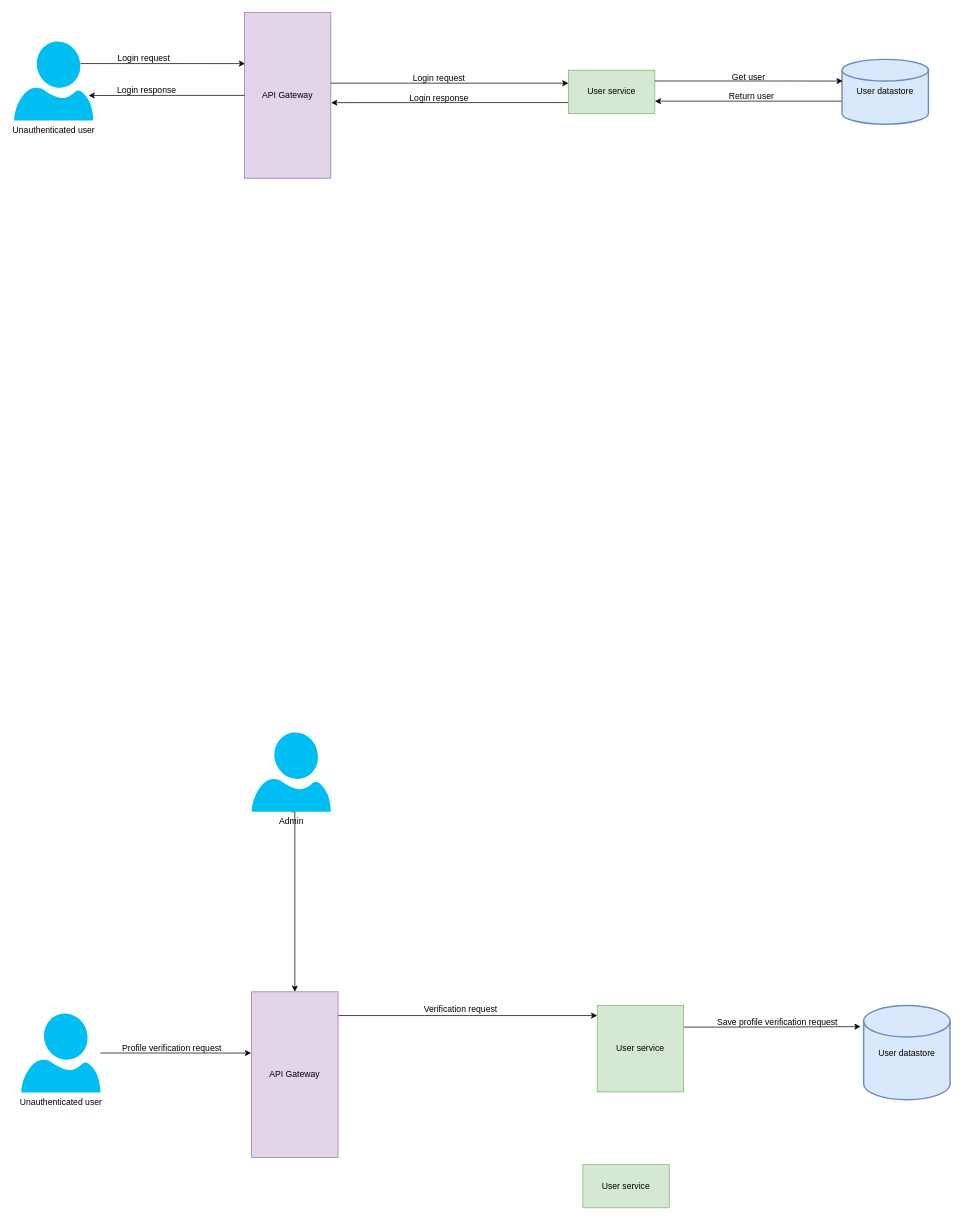
Before: CommunicationDiagrams/Registered user.drawio in XML-BSEP/Nishtagram, a draw.io diagram. Source tidied: cells renumbered, new cells numbered last; positions are measured from the earlier drawing's top-left corner, leaving out a move shared by most shapes. Both pictures are drawn from the tidied source at 72%, with x=0, y=0 at pixel (14, 12).
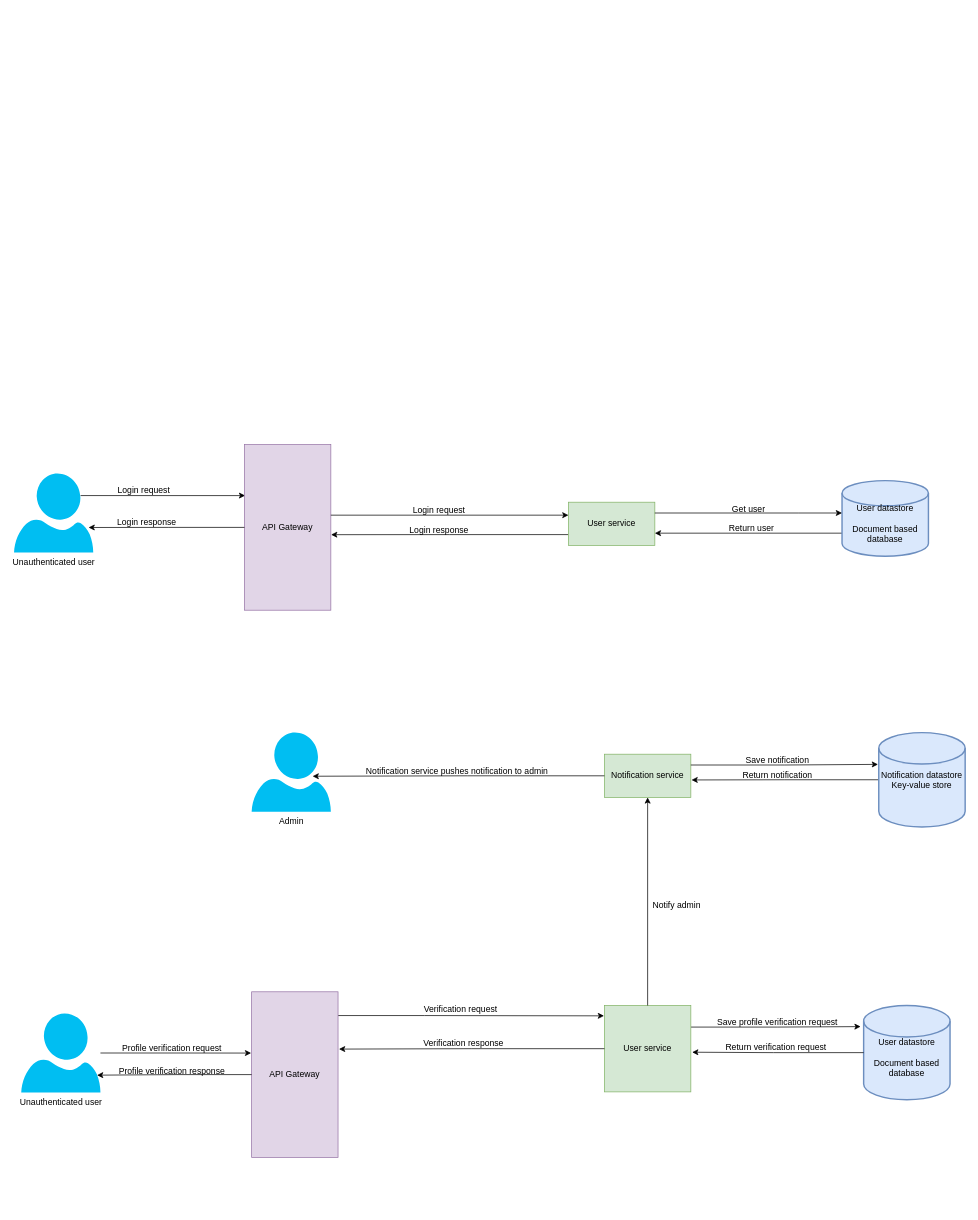
After the change.

Commit message:
:construction: Communication diagram for profile verification request use case

Unchanged cells that the change refers to:
```xml
<mxCell id="31" value="Admin" style="verticalLabelPosition=bottom;html=1;verticalAlign=top;align=center;strokeColor=none;fillColor=#00BEF2;shape=mxgraph.azure.user;" parent="1" vertex="1">
  <mxGeometry x="330" y="1000" width="110" height="110" as="geometry" />
</mxCell>
```

The edit, as a diff of the source:
```diff
@@
-    <mxCell id="2" style="edgeStyle=orthogonalEdgeStyle;rounded=0;jettySize=auto;html=1;exitX=0.84;exitY=0.28;exitDx=0;exitDy=0;exitPerimeter=0;entryX=0.008;entryY=0.308;entryDx=0;entryDy=0;entryPerimeter=0;" parent="1" edge="1" source="3" target="4">
-      <mxGeometry relative="1" as="geometry" />
-    </mxCell>
-    <mxCell id="3" value="Unauthenticated user" style="verticalLabelPosition=bottom;html=1;verticalAlign=top;align=center;strokeColor=none;fillColor=#00BEF2;shape=mxgraph.azure.user;" parent="1" vertex="1">
-      <mxGeometry y="40" width="110" height="110" as="geometry" />
-    </mxCell>
-    <mxCell id="4" value="API Gateway" style="rounded=0;whiteSpace=wrap;html=1;rotation=0;fillColor=#e1d5e7;strokeColor=#9673a6;" parent="1" vertex="1">
-      <mxGeometry x="320" width="120" height="230" as="geometry" />
-    </mxCell>
-    <mxCell id="5" style="edgeStyle=orthogonalEdgeStyle;rounded=0;jettySize=auto;html=1;exitX=0;exitY=0.75;exitDx=0;exitDy=0;entryX=1.003;entryY=0.544;entryDx=0;entryDy=0;entryPerimeter=0;" parent="1" edge="1" source="6" target="4">
-      <mxGeometry relative="1" as="geometry" />
-    </mxCell>
-    <mxCell id="6" value="User service" style="rounded=0;whiteSpace=wrap;html=1;fillColor=#d5e8d4;strokeColor=#82b366;" parent="1" vertex="1">
-      <mxGeometry x="770" y="80" width="120" height="60" as="geometry" />
-    </mxCell>
-    <mxCell id="7" style="edgeStyle=orthogonalEdgeStyle;rounded=0;orthogonalLoop=1;jettySize=auto;html=1;entryX=1;entryY=0.5;entryDx=0;entryDy=0;" parent="1" edge="1">
-      <mxGeometry relative="1" as="geometry">
-        <mxPoint x="1150" y="123" as="sourcePoint" />
-        <mxPoint x="890" y="123" as="targetPoint" />
-      </mxGeometry>
-    </mxCell>
-    <mxCell id="8" value="User datastore" style="strokeWidth=2;html=1;shape=mxgraph.flowchart.database;whiteSpace=wrap;fillColor=#dae8fc;strokeColor=#6c8ebf;" parent="1" vertex="1">
-      <mxGeometry x="1150" y="65" width="120" height="90" as="geometry" />
-    </mxCell>
+    <mxCell id="34" style="edgeStyle=orthogonalEdgeStyle;rounded=0;jettySize=auto;html=1;exitX=0.84;exitY=0.28;exitDx=0;exitDy=0;exitPerimeter=0;entryX=0.008;entryY=0.308;entryDx=0;entryDy=0;entryPerimeter=0;" parent="1" edge="1" source="35" target="36">
+      <mxGeometry relative="1" as="geometry" />
+    </mxCell>
+    <mxCell id="35" value="Unauthenticated user" style="verticalLabelPosition=bottom;html=1;verticalAlign=top;align=center;strokeColor=none;fillColor=#00BEF2;shape=mxgraph.azure.user;" parent="1" vertex="1">
+      <mxGeometry y="640" width="110" height="110" as="geometry" />
+    </mxCell>
+    <mxCell id="36" value="API Gateway" style="rounded=0;whiteSpace=wrap;html=1;rotation=0;fillColor=#e1d5e7;strokeColor=#9673a6;" parent="1" vertex="1">
+      <mxGeometry x="320" y="600" width="120" height="230" as="geometry" />
+    </mxCell>
+    <mxCell id="37" style="edgeStyle=orthogonalEdgeStyle;rounded=0;jettySize=auto;html=1;exitX=0;exitY=0.75;exitDx=0;exitDy=0;entryX=1.003;entryY=0.544;entryDx=0;entryDy=0;entryPerimeter=0;" parent="1" edge="1" source="38" target="36">
+      <mxGeometry relative="1" as="geometry" />
+    </mxCell>
+    <mxCell id="38" value="User service" style="rounded=0;whiteSpace=wrap;html=1;fillColor=#d5e8d4;strokeColor=#82b366;" parent="1" vertex="1">
+      <mxGeometry x="770" y="680" width="120" height="60" as="geometry" />
+    </mxCell>
+    <mxCell id="39" style="edgeStyle=orthogonalEdgeStyle;rounded=0;orthogonalLoop=1;jettySize=auto;html=1;entryX=1;entryY=0.5;entryDx=0;entryDy=0;" parent="1" edge="1">
+      <mxGeometry relative="1" as="geometry">
+        <mxPoint x="1150" y="723" as="sourcePoint" />
+        <mxPoint x="890" y="723" as="targetPoint" />
+      </mxGeometry>
+    </mxCell>
+    <mxCell id="40" value="&lt;br&gt;User datastore&lt;br&gt;&lt;br&gt;Document based database" style="strokeWidth=2;html=1;shape=mxgraph.flowchart.database;whiteSpace=wrap;fillColor=#dae8fc;strokeColor=#6c8ebf;" parent="1" vertex="1">
+      <mxGeometry x="1150" y="650" width="120" height="105" as="geometry" />
+    </mxCell>
     <mxCell id="9" value="Login request" style="text;html=1;align=center;verticalAlign=middle;strokeColor=none;" parent="1" vertex="1">
-      <mxGeometry x="135" y="54" width="90" height="20" as="geometry" />
+      <mxGeometry x="135" y="654" width="90" height="20" as="geometry" />
     </mxCell>
-    <mxCell id="10" style="group;" parent="1" vertex="1">
-      <mxGeometry x="440" y="82" width="330" height="20" as="geometry" />
-    </mxCell>
-    <mxCell id="11" style="edgeStyle=orthogonalEdgeStyle;rounded=0;orthogonalLoop=1;jettySize=auto;html=1;entryX=0;entryY=0.583;entryDx=0;entryDy=0;entryPerimeter=0;" parent="10" edge="1">
-      <mxGeometry relative="1" as="geometry">
-        <mxPoint y="16" as="sourcePoint" />
-        <mxPoint x="330" y="16" as="targetPoint" />
-      </mxGeometry>
-    </mxCell>
+    <mxCell id="41" style="group;" parent="1" vertex="1">
+      <mxGeometry x="440" y="682" width="330" height="20" as="geometry" />
+    </mxCell>
+    <mxCell id="42" style="edgeStyle=orthogonalEdgeStyle;rounded=0;orthogonalLoop=1;jettySize=auto;html=1;entryX=0;entryY=0.583;entryDx=0;entryDy=0;entryPerimeter=0;" parent="41" edge="1">
+      <mxGeometry relative="1" as="geometry">
+        <mxPoint y="16" as="sourcePoint" />
+        <mxPoint x="330" y="16" as="targetPoint" />
+      </mxGeometry>
+    </mxCell>
-    <mxCell id="12" value="Login request" style="text;html=1;align=center;verticalAlign=middle;strokeColor=none;" parent="10" vertex="1">
+    <mxCell id="12" value="Login request" style="text;html=1;align=center;verticalAlign=middle;strokeColor=none;" parent="41" vertex="1">
       <mxGeometry x="105" width="90" height="20" as="geometry" />
     </mxCell>
-    <mxCell id="13" style="group;" parent="1" vertex="1">
-      <mxGeometry x="990" y="80" width="60" height="20" as="geometry" />
-    </mxCell>
-    <mxCell id="14" style="edgeStyle=orthogonalEdgeStyle;rounded=0;jettySize=auto;html=1;exitX=1;exitY=0.25;exitDx=0;exitDy=0;entryX=0.008;entryY=0.334;entryDx=0;entryDy=0;entryPerimeter=0;" parent="13" edge="1" source="6" target="8">
-      <mxGeometry relative="1" as="geometry" />
-    </mxCell>
-    <mxCell id="15" value="Get user" style="text;html=1;align=center;verticalAlign=middle;strokeColor=none;" parent="13" vertex="1">
-      <mxGeometry width="60" height="20" as="geometry" />
-    </mxCell>
     <mxCell id="16" value="Return user" style="text;html=1;align=center;verticalAlign=middle;strokeColor=none;" parent="1" vertex="1">
-      <mxGeometry x="984" y="107" width="80" height="20" as="geometry" />
+      <mxGeometry x="984" y="707" width="80" height="20" as="geometry" />
     </mxCell>
     <mxCell id="17" value="Login response" style="text;html=1;align=center;verticalAlign=middle;strokeColor=none;" parent="1" vertex="1">
-      <mxGeometry x="540" y="109" width="100" height="20" as="geometry" />
+      <mxGeometry x="540" y="709" width="100" height="20" as="geometry" />
     </mxCell>
-    <mxCell id="18" style="group;" parent="1" vertex="1">
-      <mxGeometry x="134" y="98" width="100" height="20" as="geometry" />
-    </mxCell>
-    <mxCell id="19" style="edgeStyle=orthogonalEdgeStyle;rounded=0;jettySize=auto;html=1;entryX=0.941;entryY=0.683;entryDx=0;entryDy=0;entryPerimeter=0;" parent="18" edge="1" source="4" target="3">
-      <mxGeometry relative="1" as="geometry" />
-    </mxCell>
+    <mxCell id="43" style="group;" parent="1" vertex="1">
+      <mxGeometry x="134" y="698" width="100" height="20" as="geometry" />
+    </mxCell>
+    <mxCell id="44" style="edgeStyle=orthogonalEdgeStyle;rounded=0;jettySize=auto;html=1;entryX=0.941;entryY=0.683;entryDx=0;entryDy=0;entryPerimeter=0;" parent="43" edge="1" source="36" target="35">
+      <mxGeometry relative="1" as="geometry" />
+    </mxCell>
-    <mxCell id="20" value="Login response" style="text;html=1;align=center;verticalAlign=middle;strokeColor=none;" parent="18" vertex="1">
+    <mxCell id="20" value="Login response" style="text;html=1;align=center;verticalAlign=middle;strokeColor=none;" parent="43" vertex="1">
       <mxGeometry width="100" height="20" as="geometry" />
     </mxCell>
-    <mxCell id="21" style="edgeStyle=orthogonalEdgeStyle;rounded=0;jettySize=auto;html=1;entryX=-0.006;entryY=0.37;entryDx=0;entryDy=0;entryPerimeter=0;" parent="1" edge="1" source="22" target="24">
-      <mxGeometry relative="1" as="geometry" />
-    </mxCell>
-    <mxCell id="22" value="Unauthenticated user" style="verticalLabelPosition=bottom;html=1;verticalAlign=top;align=center;strokeColor=none;fillColor=#00BEF2;shape=mxgraph.azure.user;" parent="1" vertex="1">
-      <mxGeometry x="10" y="1390" width="110" height="110" as="geometry" />
-    </mxCell>
-    <mxCell id="23" style="edgeStyle=orthogonalEdgeStyle;rounded=0;orthogonalLoop=1;jettySize=auto;html=1;entryX=0;entryY=0.75;entryDx=0;entryDy=0;" parent="1" edge="1">
-      <mxGeometry relative="1" as="geometry">
-        <mxPoint x="450" y="1393" as="sourcePoint" />
-        <mxPoint x="810" y="1393" as="targetPoint" />
-        <Array as="points">
-          <mxPoint x="570" y="1393" />
-          <mxPoint x="570" y="1393" />
-        </Array>
-      </mxGeometry>
-    </mxCell>
-    <mxCell id="24" value="API Gateway" style="rounded=0;whiteSpace=wrap;html=1;rotation=0;fillColor=#e1d5e7;strokeColor=#9673a6;" parent="1" vertex="1">
-      <mxGeometry x="330" y="1360" width="120" height="230" as="geometry" />
-    </mxCell>
-    <mxCell id="25" style="edgeStyle=orthogonalEdgeStyle;rounded=0;jettySize=auto;html=1;exitX=1;exitY=0.25;exitDx=0;exitDy=0;entryX=-0.035;entryY=0.224;entryDx=0;entryDy=0;entryPerimeter=0;" parent="1" edge="1" source="26" target="27">
-      <mxGeometry relative="1" as="geometry" />
-    </mxCell>
-    <mxCell id="26" value="User service" style="rounded=0;whiteSpace=wrap;html=1;fillColor=#d5e8d4;strokeColor=#82b366;" parent="1" vertex="1">
-      <mxGeometry x="810" y="1379" width="120" height="120" as="geometry" />
-    </mxCell>
-    <mxCell id="27" value="User datastore" style="strokeWidth=2;html=1;shape=mxgraph.flowchart.database;whiteSpace=wrap;fillColor=#dae8fc;strokeColor=#6c8ebf;" parent="1" vertex="1">
-      <mxGeometry x="1180" y="1379" width="120" height="131" as="geometry" />
-    </mxCell>
+    <mxCell id="45" style="edgeStyle=orthogonalEdgeStyle;rounded=0;jettySize=auto;html=1;entryX=-0.006;entryY=0.37;entryDx=0;entryDy=0;entryPerimeter=0;" parent="1" edge="1" source="46" target="48">
+      <mxGeometry relative="1" as="geometry" />
+    </mxCell>
+    <mxCell id="46" value="Unauthenticated user" style="verticalLabelPosition=bottom;html=1;verticalAlign=top;align=center;strokeColor=none;fillColor=#00BEF2;shape=mxgraph.azure.user;" parent="1" vertex="1">
+      <mxGeometry x="10" y="1390" width="110" height="110" as="geometry" />
+    </mxCell>
+    <mxCell id="47" style="edgeStyle=orthogonalEdgeStyle;rounded=0;jettySize=auto;html=1;entryX=-0.005;entryY=0.12;entryDx=0;entryDy=0;entryPerimeter=0;" parent="1" edge="1" target="50">
+      <mxGeometry relative="1" as="geometry">
+        <mxPoint x="450" y="1393" as="sourcePoint" />
+        <Array as="points">
+          <mxPoint x="570" y="1393" />
+        </Array>
+      </mxGeometry>
+    </mxCell>
+    <mxCell id="48" value="API Gateway" style="rounded=0;whiteSpace=wrap;html=1;rotation=0;fillColor=#e1d5e7;strokeColor=#9673a6;" parent="1" vertex="1">
+      <mxGeometry x="330" y="1360" width="120" height="230" as="geometry" />
+    </mxCell>
+    <mxCell id="49" style="edgeStyle=orthogonalEdgeStyle;rounded=0;jettySize=auto;html=1;exitX=1;exitY=0.25;exitDx=0;exitDy=0;entryX=-0.035;entryY=0.224;entryDx=0;entryDy=0;entryPerimeter=0;" parent="1" edge="1" source="50" target="51">
+      <mxGeometry relative="1" as="geometry" />
+    </mxCell>
+    <mxCell id="50" value="User service" style="rounded=0;whiteSpace=wrap;html=1;fillColor=#d5e8d4;strokeColor=#82b366;" parent="1" vertex="1">
+      <mxGeometry x="820" y="1379" width="120" height="120" as="geometry" />
+    </mxCell>
+    <mxCell id="51" value="&lt;br&gt;User datastore&lt;br&gt;&lt;br&gt;Document based database" style="strokeWidth=2;html=1;shape=mxgraph.flowchart.database;whiteSpace=wrap;fillColor=#dae8fc;strokeColor=#6c8ebf;" parent="1" vertex="1">
+      <mxGeometry x="1180" y="1379" width="120" height="131" as="geometry" />
+    </mxCell>
@@
-    <mxCell id="29" value="User service" style="rounded=0;whiteSpace=wrap;html=1;fillColor=#d5e8d4;strokeColor=#82b366;" parent="1" vertex="1">
-      <mxGeometry x="790" y="1600" width="120" height="60" as="geometry" />
-    </mxCell>
-    <mxCell id="30" style="edgeStyle=orthogonalEdgeStyle;rounded=0;jettySize=auto;html=1;exitX=0.5;exitY=1;exitDx=0;exitDy=0;exitPerimeter=0;entryX=0.5;entryY=0;entryDx=0;entryDy=0;" parent="1" edge="1" source="31" target="24">
-      <mxGeometry relative="1" as="geometry">
-        <Array as="points">
-          <mxPoint x="390" y="1110" />
-        </Array>
-      </mxGeometry>
-    </mxCell>
+    <mxCell id="52" value="Notification service" style="rounded=0;whiteSpace=wrap;html=1;fillColor=#d5e8d4;strokeColor=#82b366;" parent="1" vertex="1">
+      <mxGeometry x="820" y="1030" width="120" height="60" as="geometry" />
+    </mxCell>
@@
+    <mxCell id="53" style="edgeStyle=orthogonalEdgeStyle;rounded=0;jettySize=auto;html=1;entryX=1.008;entryY=0.596;entryDx=0;entryDy=0;entryPerimeter=0;" parent="1" edge="1" source="54" target="52">
+      <mxGeometry relative="1" as="geometry" />
+    </mxCell>
+    <mxCell id="54" value="Notification datastore&lt;br&gt;Key-value store" style="strokeWidth=2;html=1;shape=mxgraph.flowchart.database;whiteSpace=wrap;fillColor=#dae8fc;strokeColor=#6c8ebf;" parent="1" vertex="1">
+      <mxGeometry x="1201" y="1000" width="120" height="131" as="geometry" />
+    </mxCell>
+    <mxCell id="55" style="group;" parent="1" vertex="1">
+      <mxGeometry x="978" y="1428" width="160" height="20" as="geometry" />
+    </mxCell>
+    <mxCell id="56" style="edgeStyle=orthogonalEdgeStyle;rounded=0;jettySize=auto;html=1;exitX=0;exitY=0.5;exitDx=0;exitDy=0;exitPerimeter=0;entryX=1.015;entryY=0.541;entryDx=0;entryDy=0;entryPerimeter=0;" parent="55" edge="1" source="51" target="50">
+      <mxGeometry relative="1" as="geometry">
+        <Array as="points">
+          <mxPoint x="77" y="16" />
+        </Array>
+      </mxGeometry>
+    </mxCell>
+    <mxCell id="57" value="Return verification request" style="text;html=1;align=center;verticalAlign=middle;strokeColor=none;" parent="55" vertex="1">
+      <mxGeometry width="160" height="20" as="geometry" />
+    </mxCell>
+    <mxCell id="58" style="group;" parent="1" vertex="1">
+      <mxGeometry x="880" y="1230" width="80" height="20" as="geometry" />
+    </mxCell>
+    <mxCell id="59" style="edgeStyle=orthogonalEdgeStyle;rounded=0;jettySize=auto;html=1;entryX=0.5;entryY=1;entryDx=0;entryDy=0;" parent="58" edge="1" source="50" target="52">
+      <mxGeometry relative="1" as="geometry" />
+    </mxCell>
+    <mxCell id="60" value="Notify admin" style="text;html=1;align=center;verticalAlign=middle;strokeColor=none;" parent="58" vertex="1">
+      <mxGeometry width="80" height="20" as="geometry" />
+    </mxCell>
+    <mxCell id="61" style="group;" parent="1" vertex="1">
+      <mxGeometry x="1010" y="1029" width="100" height="20" as="geometry" />
+    </mxCell>
+    <mxCell id="62" style="edgeStyle=orthogonalEdgeStyle;rounded=0;jettySize=auto;html=1;exitX=1;exitY=0.25;exitDx=0;exitDy=0;entryX=-0.009;entryY=0.337;entryDx=0;entryDy=0;entryPerimeter=0;" parent="61" edge="1" source="52" target="54">
+      <mxGeometry as="geometry" />
+    </mxCell>
+    <mxCell id="63" value="Save notification" style="text;html=1;align=center;verticalAlign=middle;strokeColor=none;" parent="61" vertex="1">
+      <mxGeometry width="100" height="20" as="geometry" />
+    </mxCell>
+    <mxCell id="64" value="Return notification" style="text;html=1;align=center;verticalAlign=middle;strokeColor=none;" parent="1" vertex="1">
+      <mxGeometry x="1005" y="1050" width="110" height="20" as="geometry" />
+    </mxCell>
+    <mxCell id="65" style="group;" parent="1" vertex="1">
+      <mxGeometry x="480" y="1044" width="270" height="20" as="geometry" />
+    </mxCell>
+    <mxCell id="66" style="edgeStyle=orthogonalEdgeStyle;rounded=0;jettySize=auto;html=1;entryX=0.77;entryY=0.551;entryDx=0;entryDy=0;entryPerimeter=0;" parent="65" edge="1" source="52" target="31">
+      <mxGeometry relative="1" as="geometry" />
+    </mxCell>
+    <mxCell id="67" value="Notification service pushes notification to admin" style="text;html=1;align=center;verticalAlign=middle;strokeColor=none;" parent="65" vertex="1">
+      <mxGeometry width="270" height="20" as="geometry" />
+    </mxCell>
+    <mxCell id="68" style="group;" parent="1" vertex="1">
+      <mxGeometry x="559" y="1422" width="130" height="20" as="geometry" />
+    </mxCell>
+    <mxCell id="69" style="edgeStyle=orthogonalEdgeStyle;rounded=0;jettySize=auto;html=1;entryX=1.011;entryY=0.346;entryDx=0;entryDy=0;entryPerimeter=0;" parent="68" edge="1" source="50" target="48">
+      <mxGeometry relative="1" as="geometry" />
+    </mxCell>
+    <mxCell id="70" value="Verification response" style="text;html=1;align=center;verticalAlign=middle;strokeColor=none;" parent="68" vertex="1">
+      <mxGeometry width="130" height="20" as="geometry" />
+    </mxCell>
+    <mxCell id="71" style="group;" parent="1" vertex="1">
+      <mxGeometry x="139" y="1460" width="160" height="20" as="geometry" />
+    </mxCell>
+    <mxCell id="72" style="edgeStyle=orthogonalEdgeStyle;rounded=0;jettySize=auto;html=1;entryX=0.957;entryY=0.78;entryDx=0;entryDy=0;entryPerimeter=0;" parent="71" edge="1" source="48" target="46">
+      <mxGeometry relative="1" as="geometry" />
+    </mxCell>
+    <mxCell id="73" value="Profile verification response" style="text;html=1;align=center;verticalAlign=middle;strokeColor=none;" parent="71" vertex="1">
+      <mxGeometry width="160" height="20" as="geometry" />
+    </mxCell>
+    <mxCell id="74" style="group;" parent="1" vertex="1">
+      <mxGeometry x="990" y="680" width="100" height="20" as="geometry" />
+    </mxCell>
+    <mxCell id="75" style="edgeStyle=orthogonalEdgeStyle;rounded=0;jettySize=auto;html=1;exitX=1;exitY=0.25;exitDx=0;exitDy=0;" parent="74" edge="1" source="38" target="40">
+      <mxGeometry as="geometry">
+        <Array as="points">
+          <mxPoint x="100" y="15" />
+          <mxPoint x="100" y="15" />
+        </Array>
+      </mxGeometry>
+    </mxCell>
+    <mxCell id="15" value="Get user" style="text;html=1;align=center;verticalAlign=middle;strokeColor=none;" parent="74" vertex="1">
+      <mxGeometry width="60" height="20" as="geometry" />
+    </mxCell>
```
